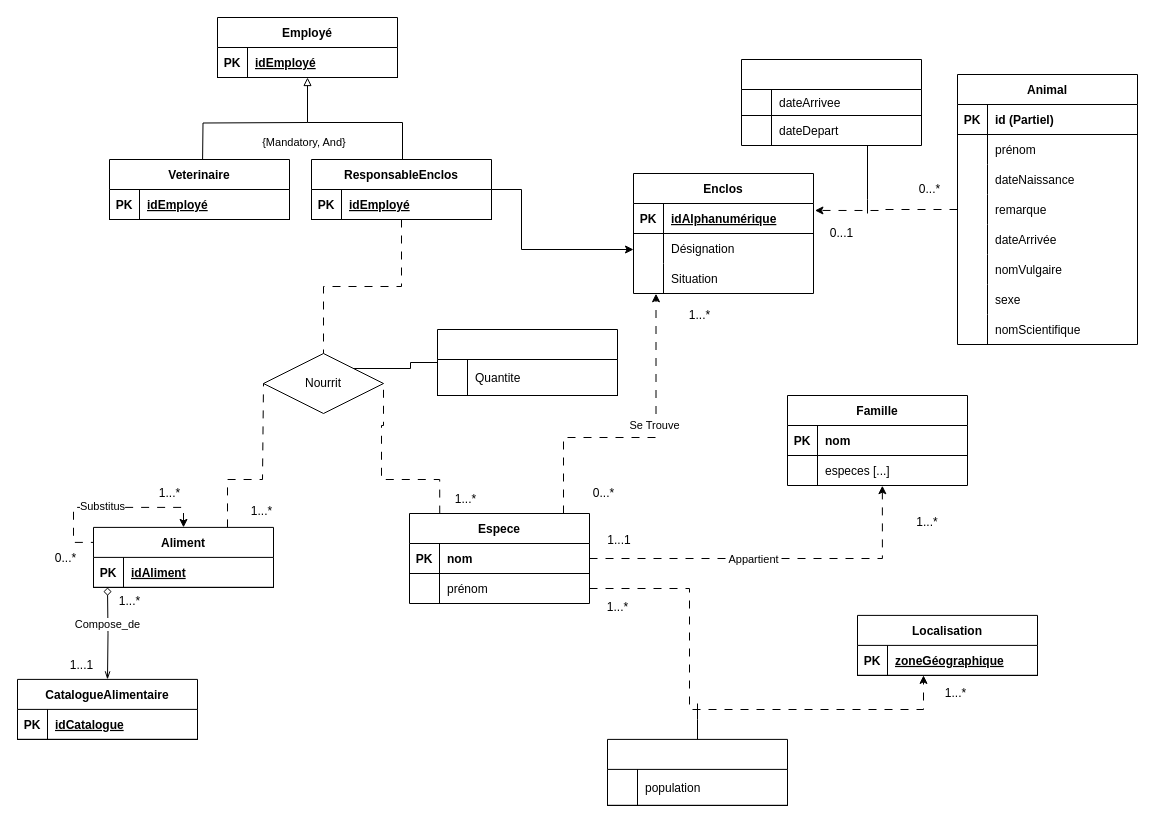
R0ma01/R0ma01 keeps this draw.io diagram as Untitled Diagram.drawio. Above is the earlier version. Source tidied: cells renumbered, new cells numbered last; positions are measured from the earlier drawing's top-left corner, leaving out a move shared by most shapes. Both pictures are drawn from the tidied source at 100%, with x=0, y=0 at pixel (17, 17).
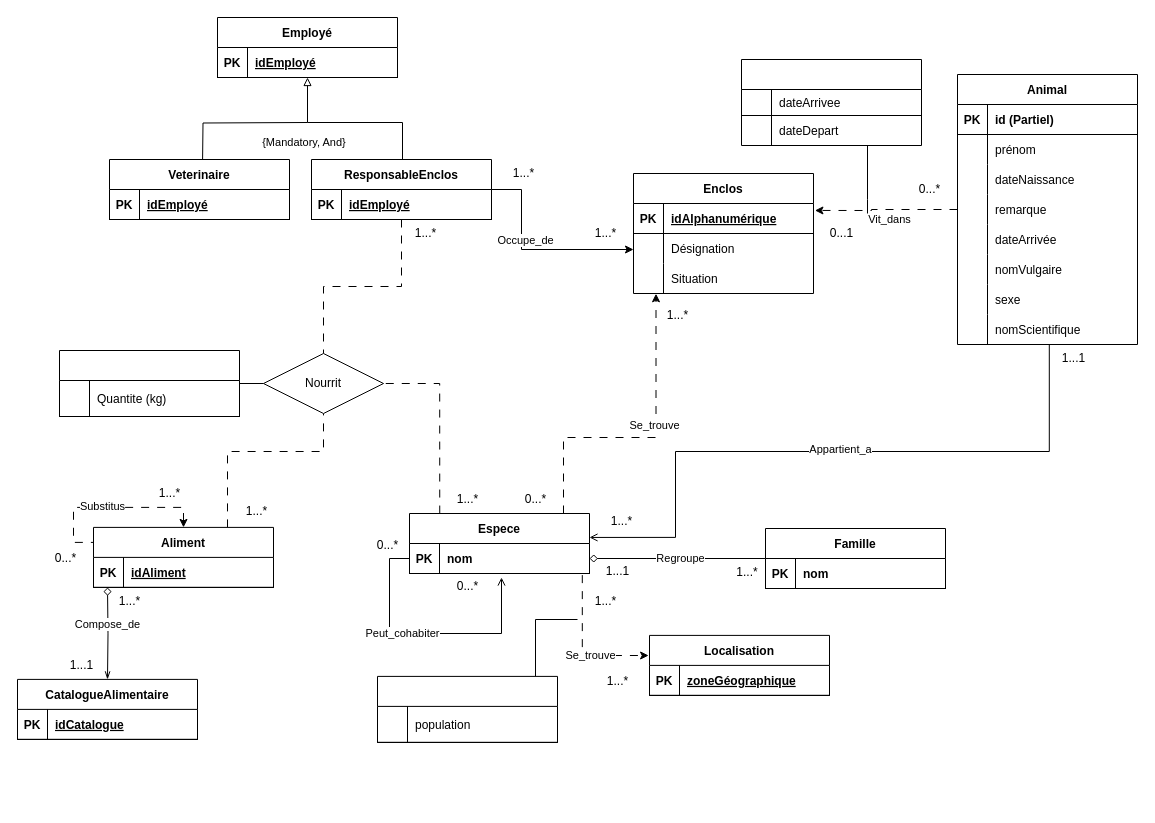
The same page after the edit.

Commit message:
Finalisation de l'uml

Unchanged cells that the change refers to:
```xml
<mxCell id="3" style="shape=tableRow;horizontal=0;startSize=0;swimlaneHead=0;swimlaneBody=0;fillColor=none;points=[[0,0.5],[1,0.5]];portConstraint=eastwest;top=0;left=0;right=0;bottom=1;" parent="2" vertex="1">
  <mxGeometry y="30" width="180" height="30" as="geometry" />
</mxCell>
<mxCell id="13" style="edgeStyle=orthogonalEdgeStyle;rounded=0;jettySize=auto;html=1;entryX=0.125;entryY=1.008;entryDx=0;entryDy=0;entryPerimeter=0;endArrow=classic;endFill=1;startArrow=none;startFill=0;dashed=1;dashPattern=8 8;" parent="1" edge="1" source="16" target="9">
  <mxGeometry relative="1" as="geometry">
    <Array as="points">
      <mxPoint x="546" y="420" />
      <mxPoint x="638" y="420" />
    </Array>
  </mxGeometry>
</mxCell>
<mxCell id="17" style="shape=tableRow;horizontal=0;startSize=0;swimlaneHead=0;swimlaneBody=0;fillColor=none;points=[[0,0.5],[1,0.5]];portConstraint=eastwest;top=0;left=0;right=0;bottom=1;" parent="16" vertex="1">
  <mxGeometry y="30" width="180" height="30" as="geometry" />
</mxCell>
<mxCell id="26" value="Aliment" style="shape=table;startSize=30;childLayout=tableLayout;rowLines=0;fontStyle=1;align=center;" parent="1" vertex="1">
  <mxGeometry x="76" y="509.9" width="180" height="60" as="geometry" />
</mxCell>
<mxCell id="38" style="shape=tableRow;horizontal=0;startSize=0;swimlaneHead=0;swimlaneBody=0;fillColor=none;points=[[0,0.5],[1,0.5]];portConstraint=eastwest;top=0;left=0;right=0;bottom=1;" parent="37" vertex="1">
  <mxGeometry y="30" width="180" height="30" as="geometry" />
</mxCell>
<mxCell id="74" style="shape=tableRow;horizontal=0;startSize=0;swimlaneHead=0;swimlaneBody=0;fillColor=none;points=[[0,0.5],[1,0.5]];portConstraint=eastwest;top=0;left=0;right=0;bottom=0;" parent="64" vertex="1">
  <mxGeometry y="120" width="180" height="30" as="geometry" />
</mxCell>
<mxCell id="86" style="shape=tableRow;horizontal=0;startSize=0;swimlaneHead=0;swimlaneBody=0;fillColor=none;points=[[0,0.5],[1,0.5]];portConstraint=eastwest;top=0;left=0;right=0;bottom=0;" parent="64" vertex="1">
  <mxGeometry y="240" width="180" height="30" as="geometry" />
</mxCell>
<mxCell id="100" style="edgeStyle=orthogonalEdgeStyle;rounded=0;jettySize=auto;html=1;startArrow=none;startFill=0;endArrow=classic;endFill=1;" parent="1" edge="1" source="102" target="6">
  <mxGeometry relative="1" as="geometry">
    <Array as="points">
      <mxPoint x="504" y="172" />
      <mxPoint x="504" y="232" />
    </Array>
  </mxGeometry>
</mxCell>
<mxCell id="118" style="shape=tableRow;horizontal=0;startSize=0;swimlaneHead=0;swimlaneBody=0;fillColor=none;top=0;left=0;right=0;bottom=1;" parent="117" vertex="1">
  <mxGeometry y="30" width="180" height="36" as="geometry" />
</mxCell>
<mxCell id="124" value="Nourrit" style="shape=rhombus;perimeter=rhombusPerimeter;whiteSpace=wrap;html=1;align=center;" parent="1" vertex="1">
  <mxGeometry x="246" y="336" width="120" height="60" as="geometry" />
</mxCell>
```

Change to the diagram source:
```diff
@@
-    <mxCell id="12" style="edgeStyle=orthogonalEdgeStyle;rounded=0;jettySize=auto;html=1;exitX=1;exitY=0.5;exitDx=0;exitDy=0;dashed=1;dashPattern=8 8;" parent="1" edge="1" source="20" target="38">
+    <mxCell id="12" style="edgeStyle=orthogonalEdgeStyle;rounded=0;jettySize=auto;html=1;exitX=0.96;exitY=1.054;exitDx=0;exitDy=0;dashed=1;dashPattern=8 8;exitPerimeter=0;entryX=-0.005;entryY=-0.33;entryDx=0;entryDy=0;entryPerimeter=0;" parent="1" edge="1" source="17" target="38">
       <mxGeometry relative="1" as="geometry">
         <Array as="points">
-          <mxPoint x="672" y="571" />
-          <mxPoint x="672" y="692" />
-          <mxPoint x="906" y="692" />
+          <mxPoint x="565" y="638" />
         </Array>
       </mxGeometry>
     </mxCell>
+    <mxCell id="125" value="Se_trouve" style="edgeLabel;html=1;align=center;verticalAlign=middle;" parent="12" vertex="1">
+      <mxGeometry x="0.2" y="1" relative="1" as="geometry" />
+    </mxCell>
@@
-    <mxCell id="14" value="Se Trouve" style="edgeLabel;html=1;align=center;verticalAlign=middle;" parent="13" vertex="1">
+    <mxCell id="14" value="Se_trouve" style="edgeLabel;html=1;align=center;verticalAlign=middle;" parent="13" vertex="1">
       <mxGeometry x="0.16" y="2" relative="1" as="geometry" />
     </mxCell>
     <mxCell id="15" style="edgeStyle=orthogonalEdgeStyle;rounded=0;jettySize=auto;html=1;entryX=1;entryY=0.5;entryDx=0;entryDy=0;startArrow=none;startFill=0;endArrow=none;endFill=0;exitX=0.168;exitY=0.001;exitDx=0;exitDy=0;exitPerimeter=0;dashed=1;dashPattern=8 8;" parent="1" edge="1" source="16" target="124">
       <mxGeometry relative="1" as="geometry">
         <Array as="points">
-          <mxPoint x="422" y="462" />
-          <mxPoint x="364" y="462" />
-          <mxPoint x="364" y="408" />
-          <mxPoint x="366" y="408" />
+          <mxPoint x="422" y="366" />
         </Array>
       </mxGeometry>
     </mxCell>
+    <mxCell id="126" style="edgeStyle=orthogonalEdgeStyle;rounded=0;jettySize=auto;html=1;entryX=0.51;entryY=1.011;entryDx=0;entryDy=0;entryPerimeter=0;startArrow=open;startFill=0;endArrow=none;endFill=0;exitX=1;exitY=-0.202;exitDx=0;exitDy=0;exitPerimeter=0;" parent="1" edge="1" source="17" target="86">
+      <mxGeometry relative="1" as="geometry">
+        <Array as="points">
+          <mxPoint x="658" y="520" />
+          <mxPoint x="658" y="434" />
+          <mxPoint x="1032" y="434" />
+        </Array>
+      </mxGeometry>
+    </mxCell>
+    <mxCell id="127" value="Appartient_a" style="edgeLabel;html=1;align=center;verticalAlign=middle;" parent="126" vertex="1">
+      <mxGeometry x="0.03" y="3" relative="1" as="geometry" />
+    </mxCell>
     <mxCell id="16" value="Espece" style="shape=table;startSize=30;childLayout=tableLayout;rowLines=0;fontStyle=1;align=center;" parent="1" vertex="1">
-      <mxGeometry x="392" y="496" width="180" height="90" as="geometry" />
+      <mxGeometry x="392" y="496" width="180" height="60" as="geometry" />
     </mxCell>
@@
-    <mxCell id="20" style="shape=tableRow;horizontal=0;startSize=0;swimlaneHead=0;swimlaneBody=0;fillColor=none;points=[[0,0.5],[1,0.5]];portConstraint=eastwest;top=0;left=0;right=0;bottom=0;" parent="16" vertex="1">
-      <mxGeometry y="60" width="180" height="30" as="geometry" />
-    </mxCell>
-    <mxCell id="21" style="shape=partialRectangle;fillColor=none;top=0;left=0;bottom=0;right=0;overflow=hidden;" parent="20" vertex="1">
-      <mxGeometry width="30" height="30" as="geometry" />
-    </mxCell>
-    <mxCell id="22" value="prénom" style="shape=partialRectangle;fillColor=none;top=0;left=0;bottom=0;right=0;align=left;spacingLeft=6;overflow=hidden;" parent="20" vertex="1">
-      <mxGeometry x="30" width="150" height="30" as="geometry" />
-    </mxCell>
+    <mxCell id="128" style="edgeStyle=orthogonalEdgeStyle;rounded=0;jettySize=auto;html=1;entryX=0;entryY=0.5;entryDx=0;entryDy=0;startArrow=open;startFill=0;endArrow=none;endFill=0;" parent="16" edge="1" target="16">
+      <mxGeometry relative="1" as="geometry">
+        <mxPoint x="92" y="64" as="sourcePoint" />
+        <Array as="points">
+          <mxPoint x="92" y="120" />
+          <mxPoint x="-20" y="120" />
+          <mxPoint x="-20" y="45" />
+        </Array>
+      </mxGeometry>
+    </mxCell>
+    <mxCell id="129" value="Peut_cohabiter" style="edgeLabel;html=1;align=center;verticalAlign=middle;" parent="128" vertex="1">
+      <mxGeometry x="0.12" y="-1" relative="1" as="geometry" />
+    </mxCell>
@@
-    <mxCell id="25" style="edgeStyle=orthogonalEdgeStyle;rounded=0;jettySize=auto;html=1;entryX=0;entryY=0.5;entryDx=0;entryDy=0;startArrow=none;startFill=0;endArrow=none;endFill=0;dashed=1;dashPattern=8 8;" parent="1" edge="1" source="26" target="124">
+    <mxCell id="25" style="edgeStyle=orthogonalEdgeStyle;rounded=0;jettySize=auto;html=1;entryX=0.5;entryY=1;entryDx=0;entryDy=0;startArrow=none;startFill=0;endArrow=none;endFill=0;dashed=1;dashPattern=8 8;" parent="1" edge="1" source="26" target="124">
       <mxGeometry relative="1" as="geometry">
         <Array as="points">
-          <mxPoint x="210" y="462" />
-          <mxPoint x="245" y="462" />
+          <mxPoint x="210" y="434" />
+          <mxPoint x="306" y="434" />
         </Array>
       </mxGeometry>
     </mxCell>
@@
     <mxCell id="37" value="Localisation" style="shape=table;startSize=30;childLayout=tableLayout;rowLines=0;fontStyle=1;align=center;" parent="1" vertex="1">
-      <mxGeometry x="840" y="597.9" width="180" height="60" as="geometry" />
+      <mxGeometry x="632" y="617.9" width="180" height="60" as="geometry" />
     </mxCell>
@@
     <mxCell id="41" value="Famille" style="shape=table;startSize=30;childLayout=tableLayout;rowLines=0;fontStyle=1;align=center;" parent="1" vertex="1">
-      <mxGeometry x="770" y="378" width="180" height="90" as="geometry" />
+      <mxGeometry x="748" y="511" width="180" height="60" as="geometry" />
     </mxCell>
@@
-    <mxCell id="45" style="shape=tableRow;horizontal=0;startSize=0;swimlaneHead=0;swimlaneBody=0;fillColor=none;points=[[0,0.5],[1,0.5]];portConstraint=eastwest;top=0;left=0;right=0;bottom=0;" parent="41" vertex="1">
-      <mxGeometry y="60" width="180" height="30" as="geometry" />
-    </mxCell>
-    <mxCell id="46" style="shape=partialRectangle;fillColor=none;top=0;left=0;bottom=0;right=0;overflow=hidden;" parent="45" vertex="1">
-      <mxGeometry width="30" height="30" as="geometry" />
-    </mxCell>
-    <mxCell id="47" value="especes [...]" style="shape=partialRectangle;fillColor=none;top=0;left=0;bottom=0;right=0;align=left;spacingLeft=6;overflow=hidden;" parent="45" vertex="1">
-      <mxGeometry x="30" width="150" height="30" as="geometry" />
-    </mxCell>
     <mxCell id="48" style="edgeStyle=orthogonalEdgeStyle;rounded=0;jettySize=auto;html=1;startArrow=none;startFill=0;endArrow=none;endFill=0;" parent="1" edge="1" source="49">
       <mxGeometry relative="1" as="geometry">
-        <mxPoint x="680" y="686" as="targetPoint" />
+        <mxPoint x="560" y="602" as="targetPoint" />
+        <Array as="points">
+          <mxPoint x="518" y="602" />
+        </Array>
       </mxGeometry>
     </mxCell>
     <mxCell id="49" style="shape=table;startSize=30;childLayout=tableLayout;rowLines=0;fontStyle=1;align=center;" parent="1" vertex="1">
-      <mxGeometry x="590" y="721.9" width="180" height="66" as="geometry" />
+      <mxGeometry x="360" y="658.9" width="180" height="66" as="geometry" />
     </mxCell>
@@
-    <mxCell id="57" value="1...1&lt;br&gt;" style="text;html=1;strokeColor=none;fillColor=none;align=center;verticalAlign=middle;whiteSpace=wrap;rounded=0;" parent="1" vertex="1">
-      <mxGeometry x="572" y="507.9" width="60" height="30" as="geometry" />
-    </mxCell>
     <mxCell id="58" value="1...*" style="text;html=1;strokeColor=none;fillColor=none;align=center;verticalAlign=middle;whiteSpace=wrap;rounded=0;" parent="1" vertex="1">
-      <mxGeometry x="880" y="490" width="60" height="30" as="geometry" />
+      <mxGeometry x="700" y="539.9" width="60" height="30" as="geometry" />
     </mxCell>
-    <mxCell id="59" style="edgeStyle=orthogonalEdgeStyle;rounded=0;jettySize=auto;html=1;entryX=0.527;entryY=1.007;entryDx=0;entryDy=0;entryPerimeter=0;dashed=1;dashPattern=8 8;exitX=1;exitY=0.5;exitDx=0;exitDy=0;" parent="1" edge="1" source="17" target="45">
-      <mxGeometry relative="1" as="geometry" />
-    </mxCell>
-    <mxCell id="60" value="Appartient" style="edgeLabel;html=1;align=center;verticalAlign=middle;" parent="59" vertex="1">
-      <mxGeometry x="-0.11" relative="1" as="geometry" />
-    </mxCell>
     <mxCell id="61" value="1...*" style="text;html=1;align=center;verticalAlign=middle;strokeColor=none;fillColor=none;" parent="1" vertex="1">
-      <mxGeometry x="910" y="661.9" width="56" height="28" as="geometry" />
+      <mxGeometry x="572" y="649.9" width="56" height="28" as="geometry" />
     </mxCell>
     <mxCell id="62" value="0...*" style="text;html=1;align=center;verticalAlign=middle;strokeColor=none;fillColor=none;" parent="1" vertex="1">
-      <mxGeometry x="558" y="462" width="56" height="28" as="geometry" />
+      <mxGeometry x="490" y="468" width="56" height="28" as="geometry" />
     </mxCell>
     <mxCell id="63" value="1...*" style="text;html=1;align=center;verticalAlign=middle;strokeColor=none;fillColor=none;" parent="1" vertex="1">
-      <mxGeometry x="654" y="284" width="56" height="28" as="geometry" />
+      <mxGeometry x="632" y="284" width="56" height="28" as="geometry" />
     </mxCell>
@@
     <mxCell id="89" style="edgeStyle=orthogonalEdgeStyle;rounded=0;jettySize=auto;html=1;entryX=1.008;entryY=0.232;entryDx=0;entryDy=0;entryPerimeter=0;startArrow=none;startFill=0;endArrow=classic;endFill=1;dashed=1;dashPattern=8 8;" parent="1" edge="1" source="74" target="3">
-      <mxGeometry relative="1" as="geometry" />
+      <mxGeometry relative="1" as="geometry">
+        <Array as="points">
+          <mxPoint x="854" y="192" />
+          <mxPoint x="854" y="193" />
+        </Array>
+      </mxGeometry>
     </mxCell>
+    <mxCell id="130" value="Vit_dans" style="edgeLabel;html=1;align=center;verticalAlign=middle;" parent="89" vertex="1">
+      <mxGeometry x="0.01" y="-1" relative="1" as="geometry">
+        <mxPoint x="3" y="10" as="offset" />
+      </mxGeometry>
+    </mxCell>
@@
+    <mxCell id="131" value="Occupe_de" style="edgeLabel;html=1;align=center;verticalAlign=middle;" parent="100" vertex="1">
+      <mxGeometry x="-0.21" y="3" relative="1" as="geometry" />
+    </mxCell>
@@
     <mxCell id="110" value="1...*" style="text;html=1;align=center;verticalAlign=middle;strokeColor=none;fillColor=none;" parent="1" vertex="1">
-      <mxGeometry x="572" y="576" width="56" height="28" as="geometry" />
+      <mxGeometry x="560" y="569.9" width="56" height="28" as="geometry" />
     </mxCell>
@@
-    <mxCell id="116" style="edgeStyle=orthogonalEdgeStyle;rounded=0;jettySize=auto;html=1;startArrow=none;startFill=0;endArrow=none;endFill=0;entryX=1;entryY=0;entryDx=0;entryDy=0;" parent="1" edge="1" source="117" target="124">
+    <mxCell id="116" style="edgeStyle=orthogonalEdgeStyle;rounded=0;jettySize=auto;html=1;startArrow=none;startFill=0;endArrow=none;endFill=0;entryX=0;entryY=0.5;entryDx=0;entryDy=0;" parent="1" edge="1" source="117" target="124">
       <mxGeometry relative="1" as="geometry" />
     </mxCell>
     <mxCell id="117" style="shape=table;startSize=30;childLayout=tableLayout;rowLines=0;fontStyle=1;align=center;" parent="1" vertex="1">
-      <mxGeometry x="420" y="312" width="180" height="66" as="geometry" />
+      <mxGeometry x="42" y="333" width="180" height="66" as="geometry" />
     </mxCell>
@@
-    <mxCell id="120" value="Quantite" style="shape=partialRectangle;fillColor=none;top=0;left=0;bottom=0;right=0;align=left;spacingLeft=6;fontStyle=0;overflow=hidden;" parent="118" vertex="1">
+    <mxCell id="120" value="Quantite (kg)" style="shape=partialRectangle;fillColor=none;top=0;left=0;bottom=0;right=0;align=left;spacingLeft=6;fontStyle=0;overflow=hidden;" parent="118" vertex="1">
       <mxGeometry x="30" width="150" height="36" as="geometry" />
     </mxCell>
     <mxCell id="121" value="1...*" style="text;html=1;align=center;verticalAlign=middle;strokeColor=none;fillColor=none;" parent="1" vertex="1">
-      <mxGeometry x="216" y="479.9" width="56" height="28" as="geometry" />
+      <mxGeometry x="211" y="479.9" width="56" height="28" as="geometry" />
     </mxCell>
     <mxCell id="122" value="1...*" style="text;html=1;align=center;verticalAlign=middle;strokeColor=none;fillColor=none;" parent="1" vertex="1">
-      <mxGeometry x="420" y="468" width="56" height="28" as="geometry" />
+      <mxGeometry x="422" y="468" width="56" height="28" as="geometry" />
     </mxCell>
@@
+    <mxCell id="132" value="1...*" style="text;html=1;align=center;verticalAlign=middle;strokeColor=none;fillColor=none;" parent="1" vertex="1">
+      <mxGeometry x="380" y="202" width="56" height="28" as="geometry" />
+    </mxCell>
+    <mxCell id="133" value="1...*" style="text;html=1;align=center;verticalAlign=middle;strokeColor=none;fillColor=none;" parent="1" vertex="1">
+      <mxGeometry x="478" y="142" width="56" height="28" as="geometry" />
+    </mxCell>
+    <mxCell id="134" value="1...*" style="text;html=1;align=center;verticalAlign=middle;strokeColor=none;fillColor=none;" parent="1" vertex="1">
+      <mxGeometry x="560" y="202" width="56" height="28" as="geometry" />
+    </mxCell>
+    <mxCell id="135" value="0...*" style="text;html=1;align=center;verticalAlign=middle;strokeColor=none;fillColor=none;" parent="1" vertex="1">
+      <mxGeometry x="342" y="514" width="56" height="28" as="geometry" />
+    </mxCell>
+    <mxCell id="136" value="0...*" style="text;html=1;align=center;verticalAlign=middle;strokeColor=none;fillColor=none;" parent="1" vertex="1">
+      <mxGeometry x="422" y="555" width="56" height="28" as="geometry" />
+    </mxCell>
+    <mxCell id="137" value="1...1" style="text;html=1;align=center;verticalAlign=middle;strokeColor=none;fillColor=none;" parent="1" vertex="1">
+      <mxGeometry x="1028" y="327" width="56" height="28" as="geometry" />
+    </mxCell>
+    <mxCell id="138" value="1...*" style="text;html=1;align=center;verticalAlign=middle;strokeColor=none;fillColor=none;" parent="1" vertex="1">
+      <mxGeometry x="576" y="490" width="56" height="28" as="geometry" />
+    </mxCell>
+    <mxCell id="139" style="edgeStyle=orthogonalEdgeStyle;rounded=0;jettySize=auto;html=1;startArrow=diamond;startFill=0;endArrow=none;endFill=0;" parent="1" edge="1" source="17" target="41">
+      <mxGeometry relative="1" as="geometry" />
+    </mxCell>
+    <mxCell id="140" value="Regroupe" style="edgeLabel;html=1;align=center;verticalAlign=middle;" parent="139" vertex="1">
+      <mxGeometry x="-0.77" y="6" relative="1" as="geometry">
+        <mxPoint x="70" y="5" as="offset" />
+      </mxGeometry>
+    </mxCell>
+    <mxCell id="141" value="1...1" style="text;html=1;align=center;verticalAlign=middle;strokeColor=none;fillColor=none;" parent="1" vertex="1">
+      <mxGeometry x="572" y="539.9" width="56" height="28" as="geometry" />
+    </mxCell>
```
